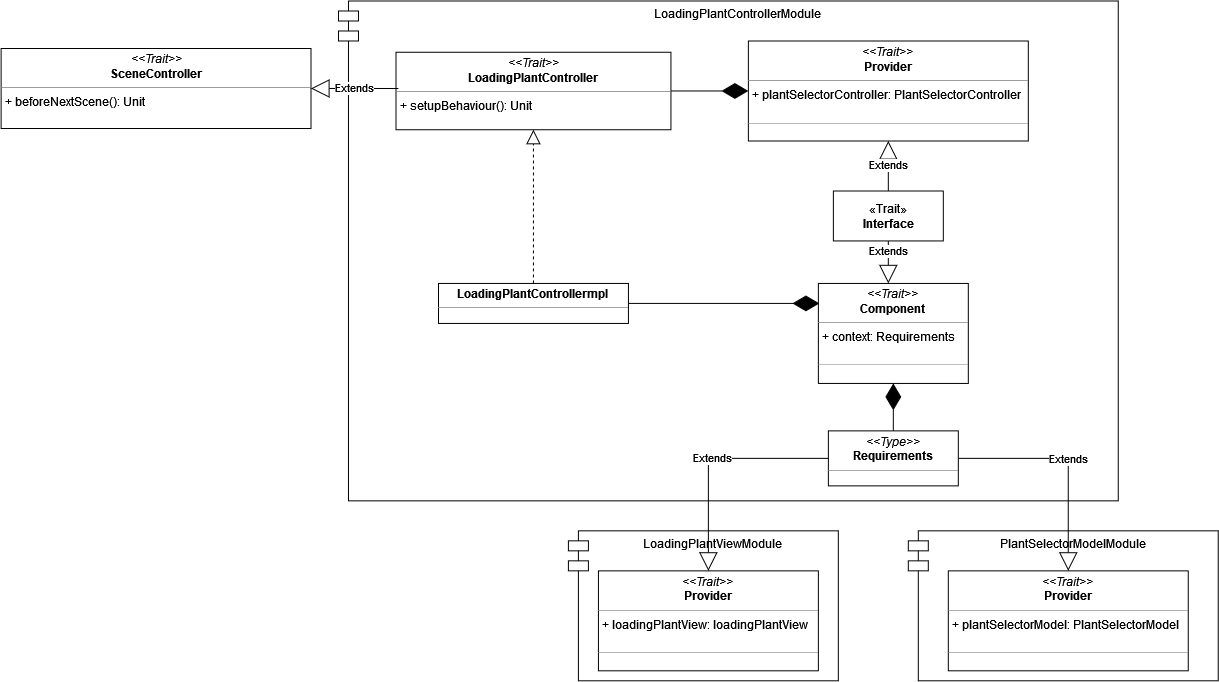
Before: docs/img/loading_plant_controller.png, a diagram exported from draw.io (AnnaVitali/PPS-22-smartgh). Source tidied: cells renumbered, new cells last; positions are measured from the earlier drawing's top-left corner, leaving out a move shared by most shapes. The source it was exported from:
```xml
<mxGraphModel>
  <root>
    <mxCell id="0" />
    <mxCell id="1" parent="0" />
    <mxCell id="2" value="PlantSelectorModelModule" style="shape=module;align=left;spacingLeft=20;align=center;verticalAlign=top;fillColor=none;" parent="1" vertex="1">
      <mxGeometry x="908" y="530.5" width="310" height="150" as="geometry" />
    </mxCell>
    <mxCell id="3" value="LoadingPlantViewModule" style="shape=module;align=left;spacingLeft=20;align=center;verticalAlign=top;fillColor=none;" parent="1" vertex="1">
      <mxGeometry x="568" y="530.5" width="270" height="150" as="geometry" />
    </mxCell>
    <mxCell id="4" value="LoadingPlantControllerModule" style="shape=module;align=left;spacingLeft=20;align=center;verticalAlign=top;fillColor=none;" parent="1" vertex="1">
      <mxGeometry x="338" y="0.5" width="780" height="500" as="geometry" />
    </mxCell>
    <mxCell id="5" value="&lt;p style=&quot;margin:0px;margin-top:4px;text-align:center;&quot;&gt;&lt;i&gt;&amp;lt;&amp;lt;Trait&amp;gt;&amp;gt;&lt;/i&gt;&lt;br&gt;&lt;b&gt;LoadingPlantController&lt;/b&gt;&lt;br&gt;&lt;/p&gt;&lt;hr size=&quot;1&quot;&gt;&lt;p style=&quot;margin:0px;margin-left:4px;&quot;&gt;+ setupBehaviour(): Unit&lt;br&gt;&lt;/p&gt;&lt;p style=&quot;margin:0px;margin-left:4px;&quot;&gt;&lt;br&gt;&lt;/p&gt;" style="verticalAlign=top;align=left;overflow=fill;fontSize=12;fontFamily=Helvetica;html=1;fillColor=default;" parent="1" vertex="1">
      <mxGeometry x="395.5" y="51.8" width="275" height="77.5" as="geometry" />
    </mxCell>
    <mxCell id="6" value="&lt;p style=&quot;margin:0px;margin-top:4px;text-align:center;&quot;&gt;&lt;i&gt;&amp;lt;&amp;lt;Trait&amp;gt;&amp;gt;&lt;/i&gt;&lt;br&gt;&lt;b&gt;SceneController&lt;/b&gt;&lt;br&gt;&lt;/p&gt;&lt;hr size=&quot;1&quot;&gt;&lt;p style=&quot;margin:0px;margin-left:4px;&quot;&gt;+ beforeNextScene(): Unit&lt;/p&gt;" style="verticalAlign=top;align=left;overflow=fill;fontSize=12;fontFamily=Helvetica;html=1;fillColor=default;" parent="1" vertex="1">
      <mxGeometry x="0.5" y="48" width="310" height="80" as="geometry" />
    </mxCell>
    <mxCell id="7" value="&lt;p style=&quot;margin:0px;margin-top:4px;text-align:center;&quot;&gt;&lt;i&gt;&amp;lt;&amp;lt;Trait&amp;gt;&amp;gt;&lt;/i&gt;&lt;br&gt;&lt;b&gt;Provider&lt;/b&gt;&lt;br&gt;&lt;/p&gt;&lt;hr size=&quot;1&quot;&gt;&lt;p style=&quot;margin:0px;margin-left:4px;&quot;&gt;+ plantSelectorController: PlantSelectorController&lt;br&gt;&lt;br&gt;&lt;/p&gt;&lt;hr size=&quot;1&quot;&gt;" style="verticalAlign=top;align=left;overflow=fill;fontSize=12;fontFamily=Helvetica;html=1;fillColor=default;" parent="1" vertex="1">
      <mxGeometry x="748" y="40.5" width="280" height="100" as="geometry" />
    </mxCell>
    <mxCell id="8" value="«Trait»&lt;br&gt;&lt;b&gt;Interface&lt;/b&gt;" style="html=1;fillColor=default;" parent="1" vertex="1">
      <mxGeometry x="833" y="190.5" width="110" height="50" as="geometry" />
    </mxCell>
    <mxCell id="9" value="Extends" style="endArrow=block;endSize=16;endFill=0;html=1;rounded=0;entryX=0.5;entryY=0;entryDx=0;entryDy=0;exitX=0.5;exitY=1;exitDx=0;exitDy=0;" parent="1" edge="1" source="8">
      <mxGeometry x="-0.53" relative="1" as="geometry">
        <mxPoint x="888" y="283" as="targetPoint" />
      </mxGeometry>
    </mxCell>
    <mxCell id="10" value="Extends" style="endArrow=block;endSize=16;endFill=0;html=1;rounded=0;entryX=0.5;entryY=1;entryDx=0;entryDy=0;exitX=0.5;exitY=0;exitDx=0;exitDy=0;" parent="1" edge="1" source="8" target="7">
      <mxGeometry relative="1" as="geometry" />
    </mxCell>
    <mxCell id="11" value="&lt;p style=&quot;margin:0px;margin-top:4px;text-align:center;&quot;&gt;&lt;b&gt;LoadingPlantControllermpl&lt;/b&gt;&lt;br&gt;&lt;/p&gt;&lt;hr size=&quot;1&quot;&gt;" style="verticalAlign=top;align=left;overflow=fill;fontSize=12;fontFamily=Helvetica;html=1;" parent="1" vertex="1">
      <mxGeometry x="438" y="283" width="190" height="40" as="geometry" />
    </mxCell>
    <mxCell id="12" style="endArrow=diamondThin;endFill=1;endSize=24;html=1;rounded=0;exitX=1;exitY=0.5;exitDx=0;exitDy=0;entryX=0;entryY=0.5;entryDx=0;entryDy=0;" parent="1" edge="1" source="5" target="7">
      <mxGeometry relative="1" as="geometry" />
    </mxCell>
    <mxCell id="13" style="endArrow=diamondThin;endFill=1;endSize=24;html=1;rounded=0;exitX=1;exitY=0.5;exitDx=0;exitDy=0;entryX=0.007;entryY=0.2;entryDx=0;entryDy=0;entryPerimeter=0;" parent="1" edge="1" source="11" target="15">
      <mxGeometry relative="1" as="geometry" />
    </mxCell>
    <mxCell id="14" value="&lt;p style=&quot;margin:0px;margin-top:4px;text-align:center;&quot;&gt;&lt;i&gt;&amp;lt;&amp;lt;Type&amp;gt;&amp;gt;&lt;/i&gt;&lt;br&gt;&lt;b&gt;Requirements&lt;/b&gt;&lt;br&gt;&lt;/p&gt;&lt;hr size=&quot;1&quot;&gt;&lt;p style=&quot;margin:0px;margin-left:4px;&quot;&gt;&lt;br&gt;&lt;/p&gt;" style="verticalAlign=top;align=left;overflow=fill;fontSize=12;fontFamily=Helvetica;html=1;fillColor=default;" parent="1" vertex="1">
      <mxGeometry x="828" y="430.5" width="130" height="55" as="geometry" />
    </mxCell>
    <mxCell id="15" value="&lt;p style=&quot;margin:0px;margin-top:4px;text-align:center;&quot;&gt;&lt;i&gt;&amp;lt;&amp;lt;Trait&amp;gt;&amp;gt;&lt;/i&gt;&lt;br&gt;&lt;b&gt;Component&lt;/b&gt;&lt;br&gt;&lt;/p&gt;&lt;hr size=&quot;1&quot;&gt;&lt;p style=&quot;margin:0px;margin-left:4px;&quot;&gt;+ context: Requirements&lt;br&gt;&lt;br&gt;&lt;/p&gt;&lt;hr size=&quot;1&quot;&gt;" style="verticalAlign=top;align=left;overflow=fill;fontSize=12;fontFamily=Helvetica;html=1;fillColor=default;" parent="1" vertex="1">
      <mxGeometry x="818" y="283" width="150" height="100" as="geometry" />
    </mxCell>
    <mxCell id="16" value="&lt;p style=&quot;margin:0px;margin-top:4px;text-align:center;&quot;&gt;&lt;i&gt;&amp;lt;&amp;lt;Trait&amp;gt;&amp;gt;&lt;/i&gt;&lt;br&gt;&lt;b&gt;Provider&lt;/b&gt;&lt;br&gt;&lt;/p&gt;&lt;hr size=&quot;1&quot;&gt;&lt;p style=&quot;margin:0px;margin-left:4px;&quot;&gt;+ plantSelectorModel: PlantSelectorModel&lt;br&gt;&lt;br&gt;&lt;/p&gt;&lt;hr size=&quot;1&quot;&gt;" style="verticalAlign=top;align=left;overflow=fill;fontSize=12;fontFamily=Helvetica;html=1;fillColor=default;" parent="1" vertex="1">
      <mxGeometry x="948" y="570.5" width="240" height="100" as="geometry" />
    </mxCell>
    <mxCell id="17" value="&lt;p style=&quot;margin:0px;margin-top:4px;text-align:center;&quot;&gt;&lt;i&gt;&amp;lt;&amp;lt;Trait&amp;gt;&amp;gt;&lt;/i&gt;&lt;br&gt;&lt;b&gt;Provider&lt;/b&gt;&lt;br&gt;&lt;/p&gt;&lt;hr size=&quot;1&quot;&gt;&lt;p style=&quot;margin:0px;margin-left:4px;&quot;&gt;+ loadingPlantView: loadingPlantView&lt;br&gt;&lt;br&gt;&lt;/p&gt;&lt;hr size=&quot;1&quot;&gt;" style="verticalAlign=top;align=left;overflow=fill;fontSize=12;fontFamily=Helvetica;html=1;fillColor=default;" parent="1" vertex="1">
      <mxGeometry x="598" y="570.5" width="220" height="100" as="geometry" />
    </mxCell>
    <mxCell id="18" style="endArrow=diamondThin;endFill=1;endSize=24;html=1;rounded=0;exitX=0.5;exitY=0;exitDx=0;exitDy=0;" parent="1" edge="1" source="14" target="15">
      <mxGeometry relative="1" as="geometry" />
    </mxCell>
    <mxCell id="19" value="Extends" style="endArrow=block;endSize=16;endFill=0;html=1;rounded=0;exitX=1;exitY=0.5;exitDx=0;exitDy=0;entryX=0.5;entryY=0;entryDx=0;entryDy=0;edgeStyle=orthogonalEdgeStyle;" parent="1" edge="1" source="14" target="16">
      <mxGeometry relative="1" as="geometry" />
    </mxCell>
    <mxCell id="20" value="Extends" style="endArrow=block;endSize=16;endFill=0;html=1;rounded=0;entryX=0.5;entryY=0;entryDx=0;entryDy=0;exitX=0;exitY=0.5;exitDx=0;exitDy=0;" parent="1" edge="1" source="14" target="17">
      <mxGeometry relative="1" as="geometry">
        <Array as="points">
          <mxPoint x="708" y="458" />
        </Array>
      </mxGeometry>
    </mxCell>
    <mxCell id="21" style="endArrow=block;dashed=1;endFill=0;endSize=12;html=1;rounded=0;elbow=vertical;entryX=0.5;entryY=1;entryDx=0;entryDy=0;exitX=0.5;exitY=0;exitDx=0;exitDy=0;" parent="1" edge="1" source="11" target="5">
      <mxGeometry relative="1" as="geometry" />
    </mxCell>
    <mxCell id="22" value="Extends" style="endArrow=block;endSize=16;endFill=0;html=1;rounded=0;entryX=1;entryY=0.5;entryDx=0;entryDy=0;exitX=0.009;exitY=0.468;exitDx=0;exitDy=0;exitPerimeter=0;" parent="1" edge="1" source="5" target="6">
      <mxGeometry relative="1" as="geometry" />
    </mxCell>
  </root>
</mxGraphModel>
```
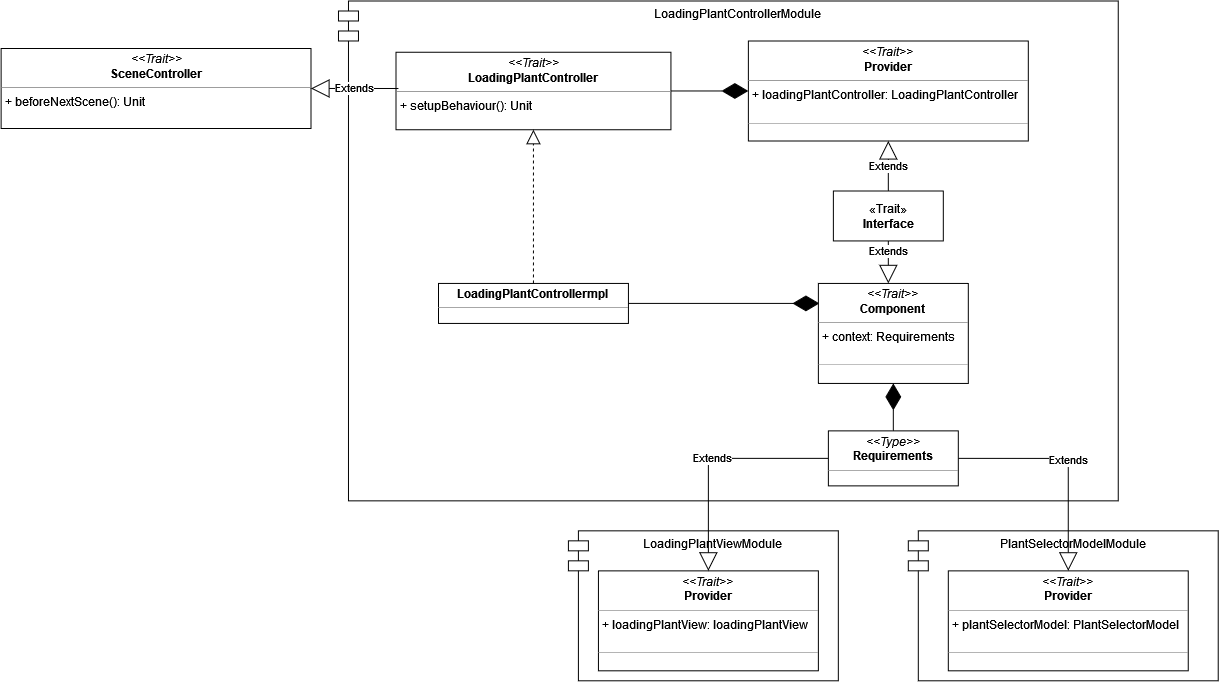
After the change.

Commit message:
update loading plant controller image

Diff of the diagram source:
```diff
@@ -17,7 +17,7 @@
     <mxCell id="6" value="&lt;p style=&quot;margin:0px;margin-top:4px;text-align:center;&quot;&gt;&lt;i&gt;&amp;lt;&amp;lt;Trait&amp;gt;&amp;gt;&lt;/i&gt;&lt;br&gt;&lt;b&gt;SceneController&lt;/b&gt;&lt;br&gt;&lt;/p&gt;&lt;hr size=&quot;1&quot;&gt;&lt;p style=&quot;margin:0px;margin-left:4px;&quot;&gt;+ beforeNextScene(): Unit&lt;/p&gt;" style="verticalAlign=top;align=left;overflow=fill;fontSize=12;fontFamily=Helvetica;html=1;fillColor=default;" parent="1" vertex="1">
       <mxGeometry x="0.5" y="48" width="310" height="80" as="geometry" />
     </mxCell>
-    <mxCell id="7" value="&lt;p style=&quot;margin:0px;margin-top:4px;text-align:center;&quot;&gt;&lt;i&gt;&amp;lt;&amp;lt;Trait&amp;gt;&amp;gt;&lt;/i&gt;&lt;br&gt;&lt;b&gt;Provider&lt;/b&gt;&lt;br&gt;&lt;/p&gt;&lt;hr size=&quot;1&quot;&gt;&lt;p style=&quot;margin:0px;margin-left:4px;&quot;&gt;+ plantSelectorController: PlantSelectorController&lt;br&gt;&lt;br&gt;&lt;/p&gt;&lt;hr size=&quot;1&quot;&gt;" style="verticalAlign=top;align=left;overflow=fill;fontSize=12;fontFamily=Helvetica;html=1;fillColor=default;" parent="1" vertex="1">
+    <mxCell id="7" value="&lt;p style=&quot;margin:0px;margin-top:4px;text-align:center;&quot;&gt;&lt;i&gt;&amp;lt;&amp;lt;Trait&amp;gt;&amp;gt;&lt;/i&gt;&lt;br&gt;&lt;b&gt;Provider&lt;/b&gt;&lt;br&gt;&lt;/p&gt;&lt;hr size=&quot;1&quot;&gt;&lt;p style=&quot;margin:0px;margin-left:4px;&quot;&gt;+ loadingPlantController: LoadingPlantController&lt;br&gt;&lt;br&gt;&lt;/p&gt;&lt;hr size=&quot;1&quot;&gt;" style="verticalAlign=top;align=left;overflow=fill;fontSize=12;fontFamily=Helvetica;html=1;fillColor=default;" parent="1" vertex="1">
       <mxGeometry x="748" y="40.5" width="280" height="100" as="geometry" />
     </mxCell>
     <mxCell id="8" value="«Trait»&lt;br&gt;&lt;b&gt;Interface&lt;/b&gt;" style="html=1;fillColor=default;" parent="1" vertex="1">
```
